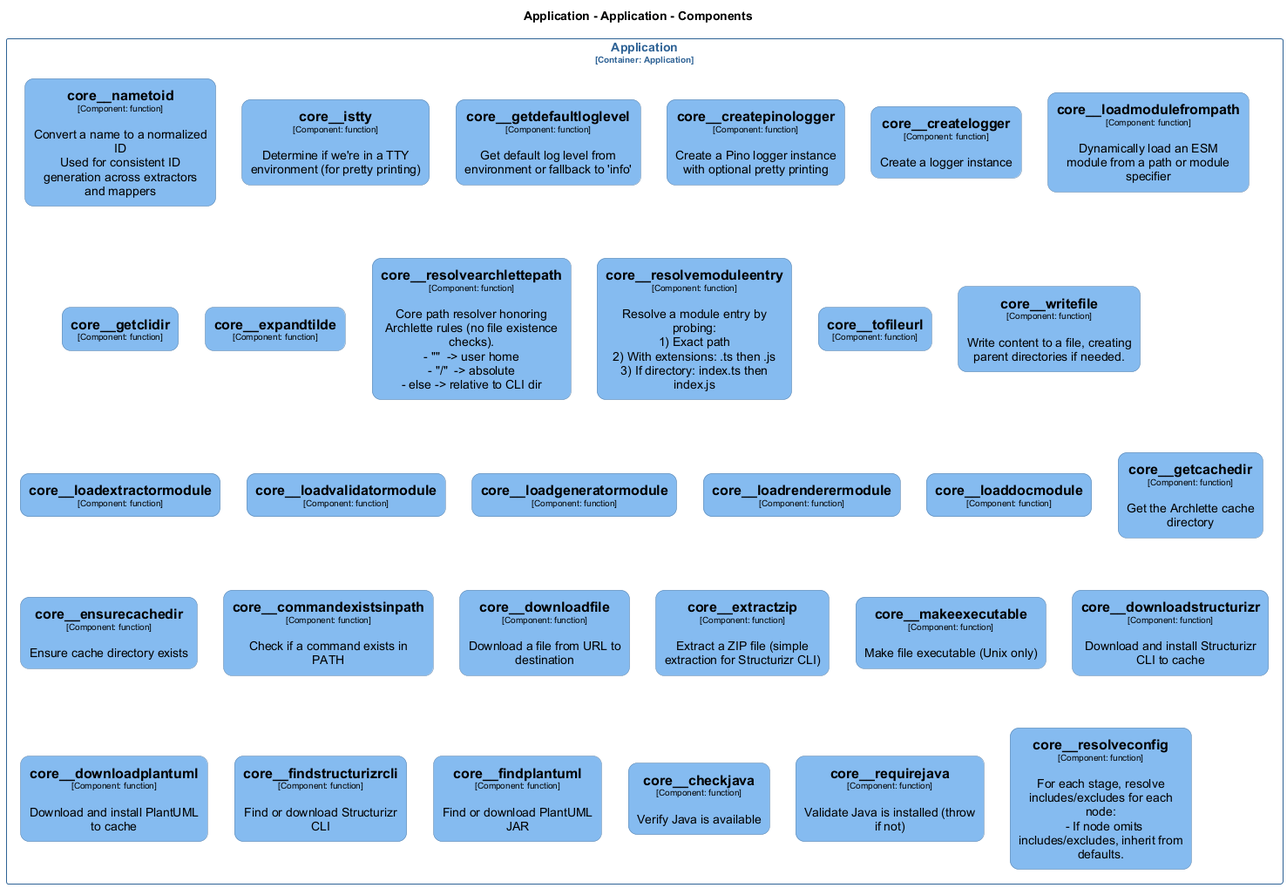
Above: src/templates/docs/architecture/diagrams/structurizr-Classes_default_container__core.png in chrislyons-dev/archlette (PlantUML), before the change.
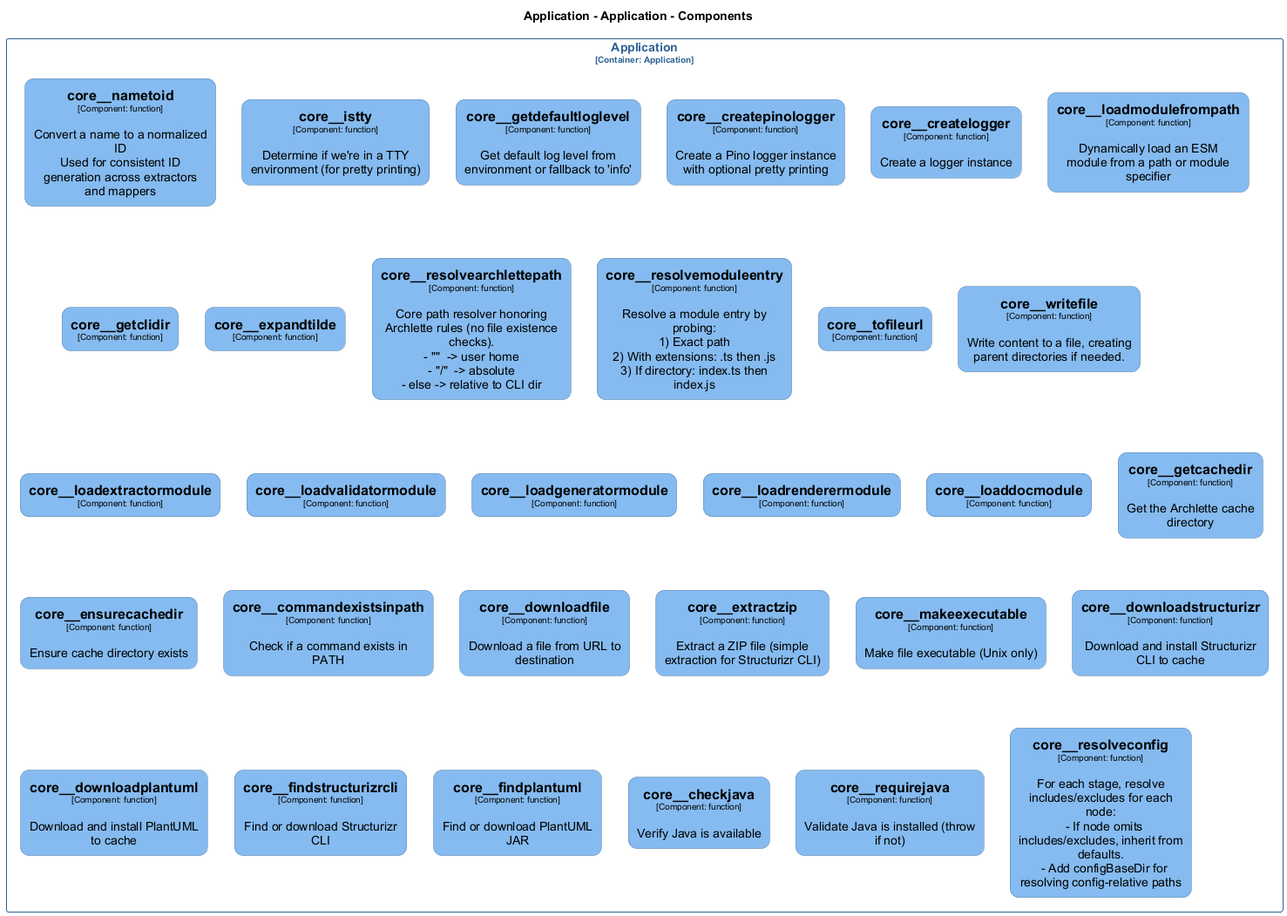
Above is the later version.

Change to the diagram source:
```diff
@@ -262,7 +262,7 @@
   rectangle "==core__findplantuml\n<size:10>[Component: function]</size>\n\nFind or download PlantUML JAR" <<Application.Application.core__findplantuml>> as Application.Application.core__findplantuml
   rectangle "==core__checkjava\n<size:10>[Component: function]</size>\n\nVerify Java is available" <<Application.Application.core__checkjava>> as Application.Application.core__checkjava
   rectangle "==core__requirejava\n<size:10>[Component: function]</size>\n\nValidate Java is installed (throw if not)" <<Application.Application.core__requirejava>> as Application.Application.core__requirejava
-  rectangle "==core__resolveconfig\n<size:10>[Component: function]</size>\n\nFor each stage, resolve includes/excludes for each node:\n  - If node omits includes/excludes, inherit from defaults." <<Application.Application.core__resolveconfig>> as Application.Application.core__resolveconfig
+  rectangle "==core__resolveconfig\n<size:10>[Component: function]</size>\n\nFor each stage, resolve includes/excludes for each node:\n  - If node omits includes/excludes, inherit from defaults.\n  - Add configBaseDir for resolving config-relative paths" <<Application.Application.core__resolveconfig>> as Application.Application.core__resolveconfig
 }
 
 @enduml
```
